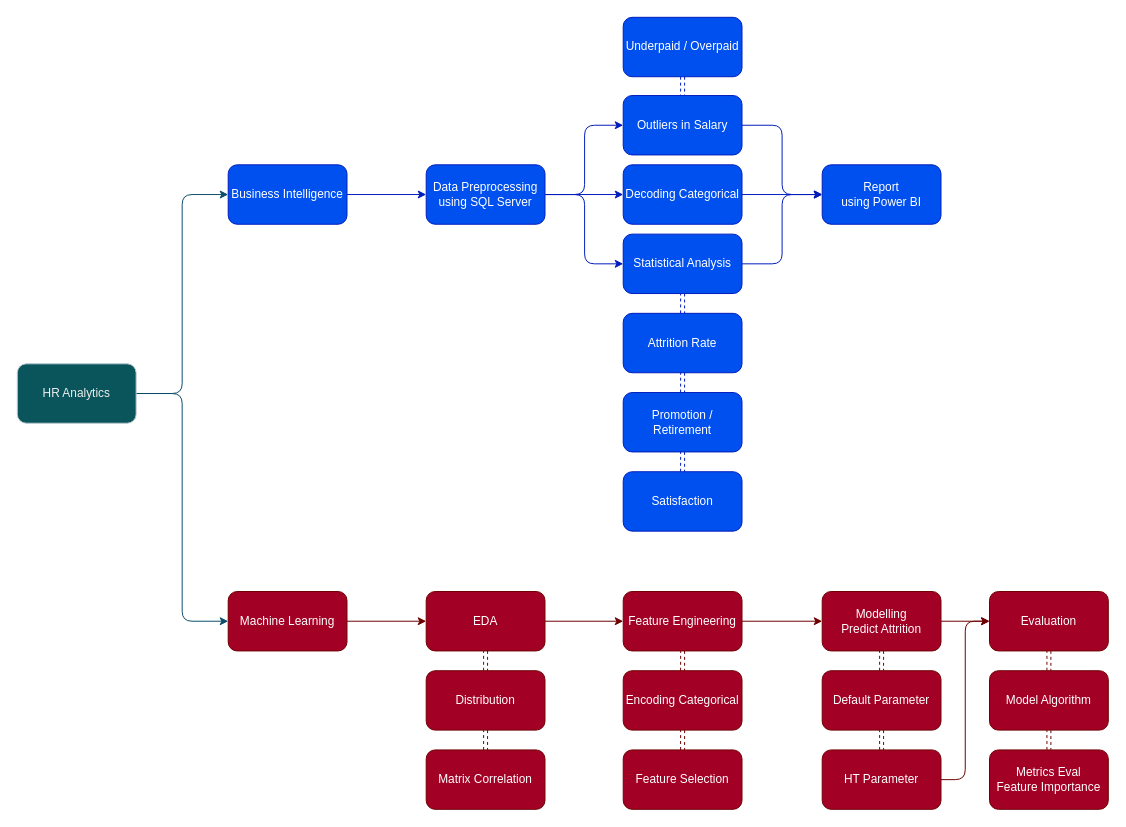
hilmanman92/DS-Collabs keeps this draw.io diagram as HR Analytics Dashboard/Flow Project/Diagram Flow.drawio. Above is the earlier version. Source tidied: cells renumbered, new cells numbered last; positions are measured from the earlier drawing's top-left corner, leaving out a move shared by most shapes. Both pictures are drawn from the tidied source at 99%, with x=0, y=0 at pixel (17, 17).
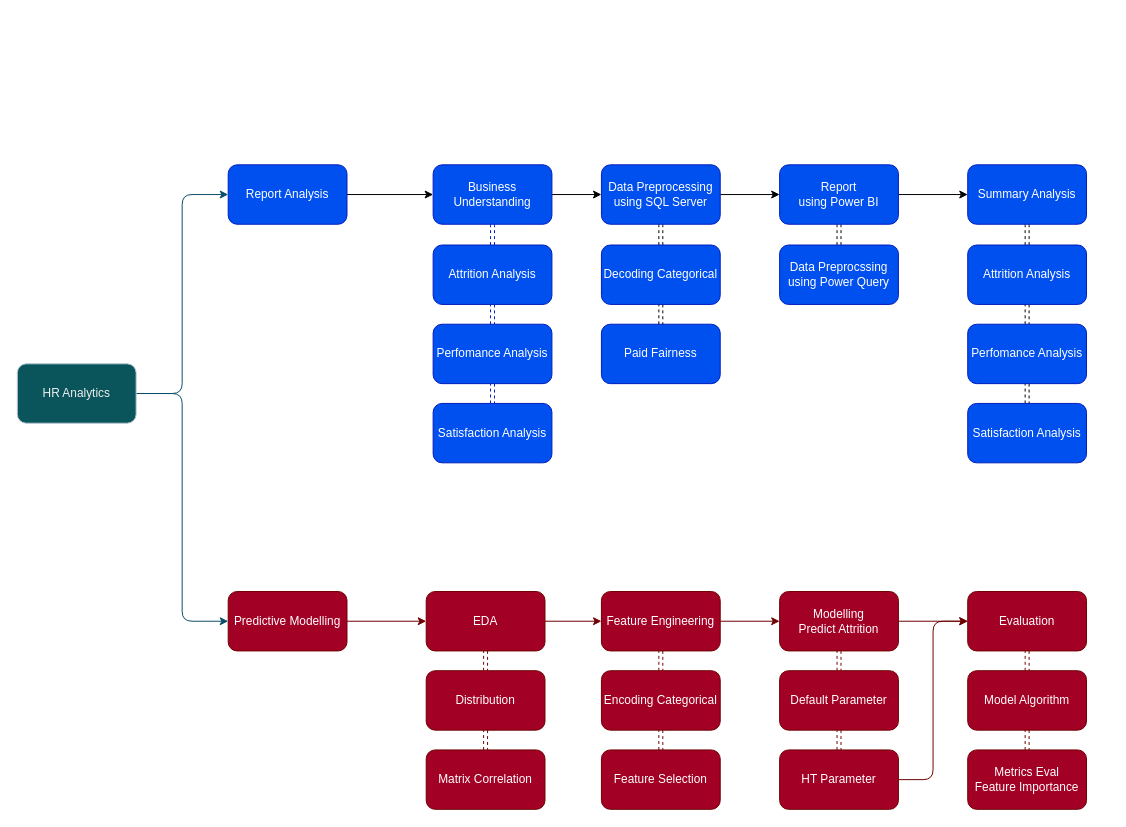
After the change.

Change to the diagram source:
```diff
@@
-    <mxCell id="5" style="edgeStyle=orthogonalEdgeStyle;rounded=1;jettySize=auto;html=1;entryX=0;entryY=0.5;entryDx=0;entryDy=0;labelBackgroundColor=none;strokeColor=#001DBC;fontColor=default;fillColor=#0050ef;" parent="1" edge="1" source="6" target="13">
-      <mxGeometry relative="1" as="geometry" />
-    </mxCell>
+    <mxCell id="52" style="edgeStyle=orthogonalEdgeStyle;rounded=0;jettySize=auto;html=1;entryX=0;entryY=0.5;entryDx=0;entryDy=0;" parent="1" edge="1" source="6" target="26">
+      <mxGeometry relative="1" as="geometry" />
+    </mxCell>
-    <mxCell id="6" value="Business Intelligence" style="whiteSpace=wrap;html=1;rounded=1;labelBackgroundColor=none;fillColor=#0050ef;strokeColor=#001DBC;fontColor=#ffffff;" parent="1" vertex="1">
+    <mxCell id="6" value="Report Analysis" style="whiteSpace=wrap;html=1;rounded=1;labelBackgroundColor=none;fillColor=#0050ef;strokeColor=#001DBC;fontColor=#ffffff;" parent="1" vertex="1">
       <mxGeometry x="213" y="149" width="120" height="60" as="geometry" />
     </mxCell>
@@
-    <mxCell id="8" value="Machine Learning" style="whiteSpace=wrap;html=1;rounded=1;labelBackgroundColor=none;fillColor=#a20025;strokeColor=#6F0000;fontColor=#ffffff;" parent="1" vertex="1">
+    <mxCell id="8" value="Predictive Modelling" style="whiteSpace=wrap;html=1;rounded=1;labelBackgroundColor=none;fillColor=#a20025;strokeColor=#6F0000;fontColor=#ffffff;" parent="1" vertex="1">
       <mxGeometry x="213" y="580" width="120" height="60" as="geometry" />
     </mxCell>
+    <mxCell id="53" style="edgeStyle=orthogonalEdgeStyle;rounded=0;jettySize=auto;html=1;shape=link;dashed=1;" parent="1" edge="1" source="9" target="58">
+      <mxGeometry relative="1" as="geometry" />
+    </mxCell>
+    <mxCell id="54" style="edgeStyle=orthogonalEdgeStyle;rounded=0;jettySize=auto;html=1;" parent="1" edge="1" source="9" target="60">
+      <mxGeometry relative="1" as="geometry" />
+    </mxCell>
     <mxCell id="9" value="Report&lt;br&gt;using Power BI" style="whiteSpace=wrap;html=1;rounded=1;labelBackgroundColor=none;fillColor=#0050ef;strokeColor=#001DBC;fontColor=#ffffff;" parent="1" vertex="1">
-      <mxGeometry x="813" y="149" width="120" height="60" as="geometry" />
+      <mxGeometry x="770" y="149" width="120" height="60" as="geometry" />
     </mxCell>
+    <mxCell id="55" style="edgeStyle=orthogonalEdgeStyle;rounded=0;jettySize=auto;html=1;entryX=0;entryY=0.5;entryDx=0;entryDy=0;" parent="1" edge="1" source="13" target="9">
+      <mxGeometry relative="1" as="geometry" />
+    </mxCell>
-    <mxCell id="10" style="edgeStyle=orthogonalEdgeStyle;rounded=1;jettySize=auto;html=1;entryX=0;entryY=0.5;entryDx=0;entryDy=0;labelBackgroundColor=none;strokeColor=#001DBC;fontColor=default;fillColor=#0050ef;" parent="1" edge="1" source="13" target="18">
+    <mxCell id="10" style="edgeStyle=orthogonalEdgeStyle;rounded=0;jettySize=auto;html=1;shape=link;dashed=1;" parent="1" edge="1" source="13" target="18">
       <mxGeometry relative="1" as="geometry" />
     </mxCell>
-    <mxCell id="11" style="edgeStyle=orthogonalEdgeStyle;rounded=1;jettySize=auto;html=1;entryX=0;entryY=0.5;entryDx=0;entryDy=0;labelBackgroundColor=none;strokeColor=#001DBC;fontColor=default;fillColor=#0050ef;" parent="1" edge="1" source="13" target="26">
-      <mxGeometry relative="1" as="geometry">
-        <Array as="points">
-          <mxPoint x="573" y="179" />
-          <mxPoint x="573" y="249" />
-        </Array>
-      </mxGeometry>
-    </mxCell>
-    <mxCell id="12" style="edgeStyle=orthogonalEdgeStyle;rounded=1;jettySize=auto;html=1;entryX=0;entryY=0.5;entryDx=0;entryDy=0;labelBackgroundColor=none;strokeColor=#001DBC;fontColor=default;fillColor=#0050ef;" parent="1" edge="1" source="13" target="16">
-      <mxGeometry relative="1" as="geometry">
-        <Array as="points">
-          <mxPoint x="573" y="179" />
-          <mxPoint x="573" y="109" />
-        </Array>
-      </mxGeometry>
-    </mxCell>
     <mxCell id="13" value="Data Preprocessing&lt;br&gt;using SQL Server" style="whiteSpace=wrap;html=1;rounded=1;labelBackgroundColor=none;fillColor=#0050ef;strokeColor=#001DBC;fontColor=#ffffff;" parent="1" vertex="1">
-      <mxGeometry x="413" y="149" width="120" height="60" as="geometry" />
+      <mxGeometry x="590" y="149" width="120" height="60" as="geometry" />
     </mxCell>
-    <mxCell id="14" style="edgeStyle=orthogonalEdgeStyle;rounded=1;jettySize=auto;html=1;exitX=1;exitY=0.5;exitDx=0;exitDy=0;entryX=0;entryY=0.5;entryDx=0;entryDy=0;labelBackgroundColor=none;strokeColor=#001DBC;fontColor=default;fillColor=#0050ef;" parent="1" edge="1" source="16" target="9">
-      <mxGeometry relative="1" as="geometry" />
-    </mxCell>
-    <mxCell id="15" style="edgeStyle=orthogonalEdgeStyle;rounded=1;jettySize=auto;html=1;entryX=0.5;entryY=1;entryDx=0;entryDy=0;shape=link;dashed=1;labelBackgroundColor=none;strokeColor=#001DBC;fontColor=default;fillColor=#0050ef;" parent="1" edge="1" source="16" target="27">
-      <mxGeometry relative="1" as="geometry" />
-    </mxCell>
-    <mxCell id="16" value="Outliers in Salary" style="whiteSpace=wrap;html=1;rounded=1;labelBackgroundColor=none;fillColor=#0050ef;strokeColor=#001DBC;fontColor=#ffffff;" parent="1" vertex="1">
-      <mxGeometry x="612" y="79" width="120" height="60" as="geometry" />
+    <mxCell id="16" value="Paid Fairness" style="whiteSpace=wrap;html=1;rounded=1;labelBackgroundColor=none;fillColor=#0050ef;strokeColor=#001DBC;fontColor=#ffffff;" parent="1" vertex="1">
+      <mxGeometry x="590" y="310" width="120" height="60" as="geometry" />
     </mxCell>
-    <mxCell id="17" style="edgeStyle=orthogonalEdgeStyle;rounded=1;jettySize=auto;html=1;entryX=0;entryY=0.5;entryDx=0;entryDy=0;labelBackgroundColor=none;strokeColor=#001DBC;fontColor=default;fillColor=#0050ef;" parent="1" edge="1" source="18" target="9">
-      <mxGeometry relative="1" as="geometry" />
-    </mxCell>
+    <mxCell id="56" style="edgeStyle=orthogonalEdgeStyle;rounded=0;jettySize=auto;html=1;shape=link;dashed=1;" parent="1" edge="1" source="18" target="16">
+      <mxGeometry relative="1" as="geometry" />
+    </mxCell>
     <mxCell id="18" value="Decoding Categorical" style="whiteSpace=wrap;html=1;rounded=1;labelBackgroundColor=none;fillColor=#0050ef;strokeColor=#001DBC;fontColor=#ffffff;" parent="1" vertex="1">
-      <mxGeometry x="612" y="149" width="120" height="60" as="geometry" />
+      <mxGeometry x="590" y="230" width="120" height="60" as="geometry" />
     </mxCell>
@@
-    <mxCell id="20" value="Attrition Rate" style="whiteSpace=wrap;html=1;rounded=1;labelBackgroundColor=none;fillColor=#0050ef;strokeColor=#001DBC;fontColor=#ffffff;" parent="1" vertex="1">
-      <mxGeometry x="612" y="299" width="120" height="60" as="geometry" />
+    <mxCell id="20" value="Attrition Analysis" style="whiteSpace=wrap;html=1;rounded=1;labelBackgroundColor=none;fillColor=#0050ef;strokeColor=#001DBC;fontColor=#ffffff;" parent="1" vertex="1">
+      <mxGeometry x="420" y="230" width="120" height="60" as="geometry" />
     </mxCell>
@@
-    <mxCell id="22" value="Promotion / Retirement" style="whiteSpace=wrap;html=1;rounded=1;labelBackgroundColor=none;fillColor=#0050ef;strokeColor=#001DBC;fontColor=#ffffff;" parent="1" vertex="1">
-      <mxGeometry x="612" y="379" width="120" height="60" as="geometry" />
+    <mxCell id="22" value="Perfomance Analysis" style="whiteSpace=wrap;html=1;rounded=1;labelBackgroundColor=none;fillColor=#0050ef;strokeColor=#001DBC;fontColor=#ffffff;" parent="1" vertex="1">
+      <mxGeometry x="420" y="310" width="120" height="60" as="geometry" />
     </mxCell>
-    <mxCell id="23" value="Satisfaction" style="whiteSpace=wrap;html=1;rounded=1;labelBackgroundColor=none;fillColor=#0050ef;strokeColor=#001DBC;fontColor=#ffffff;" parent="1" vertex="1">
-      <mxGeometry x="612" y="459" width="120" height="60" as="geometry" />
+    <mxCell id="23" value="Satisfaction Analysis" style="whiteSpace=wrap;html=1;rounded=1;labelBackgroundColor=none;fillColor=#0050ef;strokeColor=#001DBC;fontColor=#ffffff;" parent="1" vertex="1">
+      <mxGeometry x="420" y="390" width="120" height="60" as="geometry" />
     </mxCell>
-    <mxCell id="24" style="edgeStyle=orthogonalEdgeStyle;rounded=1;jettySize=auto;html=1;entryX=0;entryY=0.5;entryDx=0;entryDy=0;labelBackgroundColor=none;strokeColor=#001DBC;fontColor=default;fillColor=#0050ef;" parent="1" edge="1" source="26" target="9">
-      <mxGeometry relative="1" as="geometry" />
-    </mxCell>
@@
+    <mxCell id="57" style="edgeStyle=orthogonalEdgeStyle;rounded=0;jettySize=auto;html=1;entryX=0;entryY=0.5;entryDx=0;entryDy=0;" parent="1" edge="1" source="26" target="13">
+      <mxGeometry relative="1" as="geometry" />
+    </mxCell>
-    <mxCell id="26" value="Statistical Analysis" style="whiteSpace=wrap;html=1;rounded=1;labelBackgroundColor=none;fillColor=#0050ef;strokeColor=#001DBC;fontColor=#ffffff;" parent="1" vertex="1">
-      <mxGeometry x="612" y="219" width="120" height="60" as="geometry" />
+    <mxCell id="26" value="Business Understanding" style="whiteSpace=wrap;html=1;rounded=1;labelBackgroundColor=none;fillColor=#0050ef;strokeColor=#001DBC;fontColor=#ffffff;" parent="1" vertex="1">
+      <mxGeometry x="420" y="149" width="120" height="60" as="geometry" />
     </mxCell>
-    <mxCell id="27" value="Underpaid / Overpaid" style="whiteSpace=wrap;html=1;rounded=1;labelBackgroundColor=none;fillColor=#0050ef;strokeColor=#001DBC;fontColor=#ffffff;" parent="1" vertex="1">
-      <mxGeometry x="612" width="120" height="60" as="geometry" />
-    </mxCell>
@@
     <mxCell id="33" value="Feature Engineering" style="whiteSpace=wrap;html=1;rounded=1;labelBackgroundColor=none;fillColor=#a20025;strokeColor=#6F0000;fontColor=#ffffff;" parent="1" vertex="1">
-      <mxGeometry x="612" y="580" width="120" height="60" as="geometry" />
+      <mxGeometry x="590" y="580" width="120" height="60" as="geometry" />
     </mxCell>
@@
     <mxCell id="35" value="Encoding Categorical" style="whiteSpace=wrap;html=1;rounded=1;labelBackgroundColor=none;fillColor=#a20025;strokeColor=#6F0000;fontColor=#ffffff;" parent="1" vertex="1">
-      <mxGeometry x="612" y="660" width="120" height="60" as="geometry" />
+      <mxGeometry x="590" y="660" width="120" height="60" as="geometry" />
     </mxCell>
@@
     <mxCell id="38" value="Modelling&lt;br&gt;Predict Attrition" style="whiteSpace=wrap;html=1;rounded=1;labelBackgroundColor=none;fillColor=#a20025;strokeColor=#6F0000;fontColor=#ffffff;" parent="1" vertex="1">
-      <mxGeometry x="813" y="580" width="120" height="60" as="geometry" />
+      <mxGeometry x="770" y="580" width="120" height="60" as="geometry" />
     </mxCell>
@@
     <mxCell id="40" value="Default Parameter" style="whiteSpace=wrap;html=1;rounded=1;labelBackgroundColor=none;fillColor=#a20025;strokeColor=#6F0000;fontColor=#ffffff;" parent="1" vertex="1">
-      <mxGeometry x="813" y="660" width="120" height="60" as="geometry" />
+      <mxGeometry x="770" y="660" width="120" height="60" as="geometry" />
     </mxCell>
@@
     <mxCell id="42" value="HT Parameter" style="whiteSpace=wrap;html=1;rounded=1;labelBackgroundColor=none;fillColor=#a20025;strokeColor=#6F0000;fontColor=#ffffff;" parent="1" vertex="1">
-      <mxGeometry x="813" y="740" width="120" height="60" as="geometry" />
+      <mxGeometry x="770" y="740" width="120" height="60" as="geometry" />
     </mxCell>
@@
     <mxCell id="44" value="Evaluation" style="whiteSpace=wrap;html=1;rounded=1;labelBackgroundColor=none;fillColor=#a20025;strokeColor=#6F0000;fontColor=#ffffff;" parent="1" vertex="1">
-      <mxGeometry x="982" y="580" width="120" height="60" as="geometry" />
+      <mxGeometry x="960" y="580" width="120" height="60" as="geometry" />
     </mxCell>
@@
     <mxCell id="46" value="Model Algorithm" style="whiteSpace=wrap;html=1;rounded=1;labelBackgroundColor=none;fillColor=#a20025;strokeColor=#6F0000;fontColor=#ffffff;" parent="1" vertex="1">
-      <mxGeometry x="982" y="660" width="120" height="60" as="geometry" />
+      <mxGeometry x="960" y="660" width="120" height="60" as="geometry" />
     </mxCell>
     <mxCell id="47" value="Metrics Eval&lt;br&gt;Feature Importance" style="whiteSpace=wrap;html=1;rounded=1;labelBackgroundColor=none;fillColor=#a20025;strokeColor=#6F0000;fontColor=#ffffff;" parent="1" vertex="1">
-      <mxGeometry x="982" y="740" width="120" height="60" as="geometry" />
+      <mxGeometry x="960" y="740" width="120" height="60" as="geometry" />
     </mxCell>
@@
     <mxCell id="51" value="Feature Selection" style="whiteSpace=wrap;html=1;rounded=1;labelBackgroundColor=none;fillColor=#a20025;strokeColor=#6F0000;fontColor=#ffffff;" parent="1" vertex="1">
-      <mxGeometry x="612" y="740" width="120" height="60" as="geometry" />
+      <mxGeometry x="590" y="740" width="120" height="60" as="geometry" />
     </mxCell>
+    <mxCell id="58" value="Data Preprocssing using Power Query" style="whiteSpace=wrap;html=1;fillColor=#0050ef;strokeColor=#001DBC;fontColor=#ffffff;rounded=1;labelBackgroundColor=none;" parent="1" vertex="1">
+      <mxGeometry x="770" y="230" width="120" height="60" as="geometry" />
+    </mxCell>
+    <mxCell id="59" style="edgeStyle=orthogonalEdgeStyle;rounded=0;jettySize=auto;html=1;entryX=0.5;entryY=0;entryDx=0;entryDy=0;shape=link;dashed=1;" parent="1" edge="1" source="60" target="62">
+      <mxGeometry relative="1" as="geometry" />
+    </mxCell>
+    <mxCell id="60" value="Summary Analysis" style="whiteSpace=wrap;html=1;fillColor=#0050ef;strokeColor=#001DBC;fontColor=#ffffff;rounded=1;labelBackgroundColor=none;" parent="1" vertex="1">
+      <mxGeometry x="960" y="149" width="120" height="60" as="geometry" />
+    </mxCell>
+    <mxCell id="61" style="edgeStyle=orthogonalEdgeStyle;rounded=0;jettySize=auto;html=1;entryX=0.5;entryY=0;entryDx=0;entryDy=0;shape=link;dashed=1;" parent="1" edge="1" source="62" target="64">
+      <mxGeometry relative="1" as="geometry" />
+    </mxCell>
+    <mxCell id="62" value="Attrition Analysis" style="whiteSpace=wrap;html=1;rounded=1;labelBackgroundColor=none;fillColor=#0050ef;strokeColor=#001DBC;fontColor=#ffffff;" parent="1" vertex="1">
+      <mxGeometry x="960" y="230" width="120" height="60" as="geometry" />
+    </mxCell>
+    <mxCell id="63" style="edgeStyle=orthogonalEdgeStyle;rounded=0;jettySize=auto;html=1;entryX=0.5;entryY=0;entryDx=0;entryDy=0;shape=link;dashed=1;" parent="1" edge="1" source="64" target="65">
+      <mxGeometry relative="1" as="geometry" />
+    </mxCell>
+    <mxCell id="64" value="Perfomance Analysis" style="whiteSpace=wrap;html=1;rounded=1;labelBackgroundColor=none;fillColor=#0050ef;strokeColor=#001DBC;fontColor=#ffffff;" parent="1" vertex="1">
+      <mxGeometry x="960" y="310" width="120" height="60" as="geometry" />
+    </mxCell>
+    <mxCell id="65" value="Satisfaction Analysis" style="whiteSpace=wrap;html=1;rounded=1;labelBackgroundColor=none;fillColor=#0050ef;strokeColor=#001DBC;fontColor=#ffffff;" parent="1" vertex="1">
+      <mxGeometry x="960" y="390" width="120" height="60" as="geometry" />
+    </mxCell>
```
